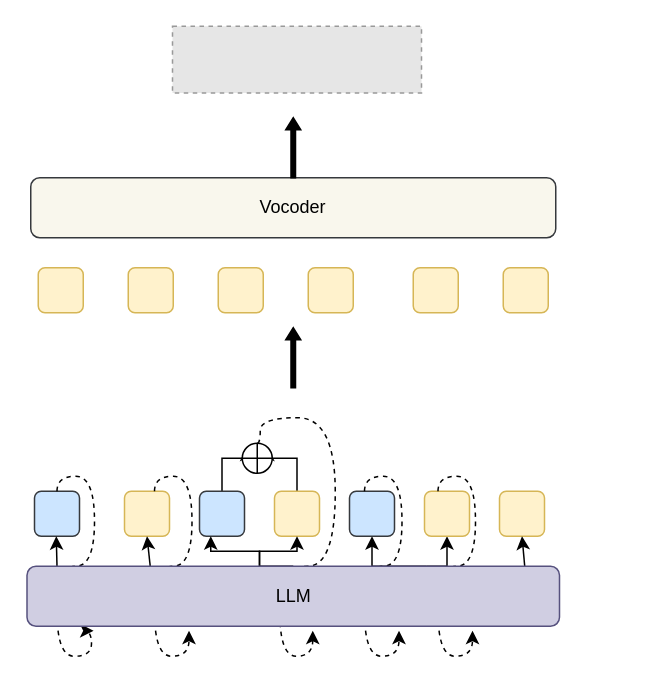
The draw.io diagram Hybrid Parallel-Interleaved Modeling.drawio in talkking/LUCY, before the edit. Source tidied: cells renumbered, new cells numbered last; positions are measured from the earlier drawing's top-left corner, leaving out a move shared by most shapes. Both pictures are drawn from the tidied source at 150%, with x=0, y=0 at pixel (26, 26). Pictures stored in the file or linked from it are replaced by grey dashed boxes.
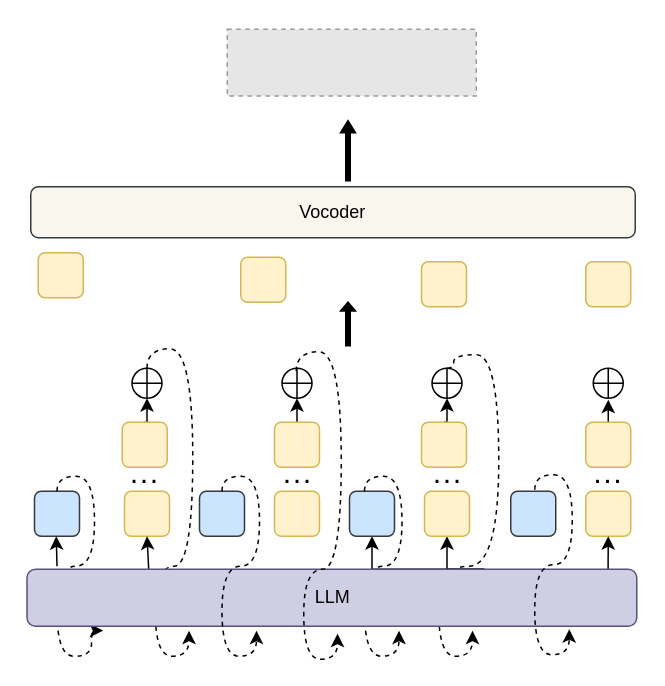
The same page after the edit.

The change refers to these unchanged cells:
```xml
<mxCell id="11" style="rounded=1;whiteSpace=wrap;html=1;fillColor=#fff2cc;strokeColor=#d6b656;" parent="1" vertex="1">
  <mxGeometry x="65.5" y="310" width="30" height="30" as="geometry" />
</mxCell>
<mxCell id="13" style="rounded=1;whiteSpace=wrap;html=1;fillColor=#cce5ff;strokeColor=#36393d;" parent="1" vertex="1">
  <mxGeometry x="115.5" y="310" width="30" height="30" as="geometry" />
</mxCell>
<mxCell id="15" style="rounded=1;whiteSpace=wrap;html=1;fillColor=#fff2cc;strokeColor=#d6b656;" parent="1" vertex="1">
  <mxGeometry x="165.5" y="310" width="30" height="30" as="geometry" />
</mxCell>
<mxCell id="21" style="rounded=1;whiteSpace=wrap;html=1;fillColor=#cce5ff;strokeColor=#36393d;" parent="1" vertex="1">
  <mxGeometry x="215.5" y="310" width="30" height="30" as="geometry" />
</mxCell>
```

Diff of the diagram source:
```diff
@@
     <mxCell id="2" value="Vocoder" style="rounded=1;whiteSpace=wrap;html=1;fillColor=#f9f7ed;strokeColor=#36393d;" parent="1" vertex="1">
-      <mxGeometry x="3" y="101" width="350" height="40" as="geometry" />
+      <mxGeometry x="3" y="107" width="403" height="34" as="geometry" />
     </mxCell>
     <mxCell id="3" style="rounded=1;whiteSpace=wrap;html=1;fillColor=#fff2cc;strokeColor=#d6b656;" parent="1" vertex="1">
-      <mxGeometry x="68" y="161" width="30" height="30" as="geometry" />
+      <mxGeometry x="8" y="151" width="30" height="30" as="geometry" />
     </mxCell>
-    <mxCell id="4" style="rounded=1;whiteSpace=wrap;html=1;fillColor=#fff2cc;strokeColor=#d6b656;" parent="1" vertex="1">
-      <mxGeometry x="128" y="161" width="30" height="30" as="geometry" />
-    </mxCell>
     <mxCell id="5" style="rounded=1;whiteSpace=wrap;html=1;fillColor=#fff2cc;strokeColor=#d6b656;" parent="1" vertex="1">
-      <mxGeometry x="258" y="161" width="30" height="30" as="geometry" />
+      <mxGeometry x="263.5" y="157" width="30" height="30" as="geometry" />
     </mxCell>
     <mxCell id="6" style="rounded=1;whiteSpace=wrap;html=1;fillColor=#fff2cc;strokeColor=#d6b656;" parent="1" vertex="1">
-      <mxGeometry x="318" y="161" width="30" height="30" as="geometry" />
+      <mxGeometry x="373" y="157" width="30" height="30" as="geometry" />
     </mxCell>
-    <mxCell id="7" style="rounded=1;whiteSpace=wrap;html=1;fillColor=#fff2cc;strokeColor=#d6b656;" parent="1" vertex="1">
-      <mxGeometry x="8" y="161" width="30" height="30" as="geometry" />
-    </mxCell>
     <mxCell id="8" style="rounded=1;whiteSpace=wrap;html=1;fillColor=#fff2cc;strokeColor=#d6b656;" parent="1" vertex="1">
-      <mxGeometry x="188" y="161" width="30" height="30" as="geometry" />
+      <mxGeometry x="143" y="154" width="30" height="30" as="geometry" />
     </mxCell>
     <mxCell id="9" style="fillColor=#E6E6E6;strokeColor=#999999;dashed=1;verticalLabelPosition=bottom;labelBackgroundColor=default;verticalAlign=top;" parent="1" vertex="1">
-      <mxGeometry x="97.5" width="166" height="44.5" as="geometry" />
+      <mxGeometry x="134" y="2" width="166" height="44.5" as="geometry" />
     </mxCell>
@@
-    <mxCell id="12" style="edgeStyle=orthogonalEdgeStyle;rounded=0;jettySize=auto;html=1;exitX=0.5;exitY=0;exitDx=0;exitDy=0;entryX=0;entryY=0;entryDx=0;entryDy=0;" parent="1" edge="1" source="13" target="27">
-      <mxGeometry relative="1" as="geometry">
-        <Array as="points">
-          <mxPoint x="131" y="288" />
-          <mxPoint x="147" y="288" />
-        </Array>
-      </mxGeometry>
-    </mxCell>
@@
-    <mxCell id="14" style="edgeStyle=orthogonalEdgeStyle;rounded=0;jettySize=auto;html=1;exitX=0.5;exitY=0;exitDx=0;exitDy=0;entryX=1;entryY=0;entryDx=0;entryDy=0;" parent="1" edge="1" source="15" target="27">
-      <mxGeometry relative="1" as="geometry">
-        <Array as="points">
-          <mxPoint x="181" y="288" />
-          <mxPoint x="161" y="288" />
-        </Array>
-      </mxGeometry>
-    </mxCell>
@@
-    <mxCell id="17" style="edgeStyle=orthogonalEdgeStyle;rounded=0;jettySize=auto;html=1;entryX=0.25;entryY=1;entryDx=0;entryDy=0;" parent="1" edge="1" source="34" target="13">
-      <mxGeometry relative="1" as="geometry">
-        <Array as="points">
-          <mxPoint x="155.5" y="350" />
-          <mxPoint x="123.5" y="350" />
-        </Array>
-      </mxGeometry>
-    </mxCell>
-    <mxCell id="18" style="edgeStyle=orthogonalEdgeStyle;rounded=0;jettySize=auto;html=1;exitX=0.5;exitY=0;exitDx=0;exitDy=0;entryX=0.5;entryY=1;entryDx=0;entryDy=0;" parent="1" edge="1" source="34" target="15">
-      <mxGeometry relative="1" as="geometry">
-        <Array as="points">
-          <mxPoint x="155.5" y="360" />
-          <mxPoint x="155.5" y="350" />
-          <mxPoint x="180.5" y="350" />
-        </Array>
-      </mxGeometry>
-    </mxCell>
     <mxCell id="19" style="edgeStyle=orthogonalEdgeStyle;rounded=0;jettySize=auto;html=1;exitX=0.75;exitY=0;exitDx=0;exitDy=0;entryX=0.5;entryY=1;entryDx=0;entryDy=0;" parent="1" edge="1" source="34" target="21">
       <mxGeometry relative="1" as="geometry">
         <Array as="points">
-          <mxPoint x="230.5" y="360" />
+          <mxPoint x="231" y="362" />
         </Array>
       </mxGeometry>
     </mxCell>
@@
     <mxCell id="23" style="rounded=1;whiteSpace=wrap;html=1;fillColor=#fff2cc;strokeColor=#d6b656;" parent="1" vertex="1">
-      <mxGeometry x="315.5" y="310" width="30" height="30" as="geometry" />
+      <mxGeometry x="373" y="310" width="30" height="30" as="geometry" />
     </mxCell>
@@
-    <mxCell id="25" style="endArrow=classic;html=1;rounded=0;exitX=0.232;exitY=0.05;exitDx=0;exitDy=0;exitPerimeter=0;entryX=0.5;entryY=1;entryDx=0;entryDy=0;" parent="1" edge="1" source="34" target="11">
+    <mxCell id="25" style="endArrow=classic;html=1;rounded=0;exitX=0.2;exitY=0.079;exitDx=0;exitDy=0;exitPerimeter=0;entryX=0.5;entryY=1;entryDx=0;entryDy=0;" parent="1" edge="1" source="34" target="11">
       <mxGeometry relative="1" as="geometry" />
     </mxCell>
-    <mxCell id="26" style="edgeStyle=orthogonalEdgeStyle;rounded=0;orthogonalLoop=1;jettySize=auto;html=1;exitX=0.5;exitY=0;exitDx=0;exitDy=0;curved=1;entryX=0.125;entryY=1.075;entryDx=0;entryDy=0;entryPerimeter=0;dashed=1;" parent="1" edge="1">
+    <mxCell id="26" style="edgeStyle=orthogonalEdgeStyle;rounded=0;jettySize=auto;html=1;exitX=0.5;exitY=0;exitDx=0;exitDy=0;curved=1;entryX=0.125;entryY=1.075;entryDx=0;entryDy=0;entryPerimeter=0;dashed=1;" parent="1" edge="1" source="27">
       <mxGeometry relative="1" as="geometry">
-        <mxPoint x="85.5" y="310" as="sourcePoint" />
         <mxPoint x="108.5" y="403" as="targetPoint" />
         <Array as="points">
-          <mxPoint x="85.5" y="300" />
-          <mxPoint x="110.5" y="300" />
-          <mxPoint x="110.5" y="360" />
-          <mxPoint x="85.5" y="360" />
-          <mxPoint x="85.5" y="420" />
-          <mxPoint x="108.5" y="420" />
+          <mxPoint x="81" y="215" />
+          <mxPoint x="111" y="215" />
+          <mxPoint x="111" y="360" />
+          <mxPoint x="86" y="360" />
+          <mxPoint x="86" y="420" />
+          <mxPoint x="109" y="420" />
         </Array>
       </mxGeometry>
     </mxCell>
     <mxCell id="27" style="shape=orEllipse;perimeter=ellipsePerimeter;whiteSpace=wrap;html=1;backgroundOutline=1;" parent="1" vertex="1">
-      <mxGeometry x="144" y="278" width="20" height="20" as="geometry" />
+      <mxGeometry x="70.5" y="228" width="20" height="20" as="geometry" />
     </mxCell>
-    <mxCell id="28" style="edgeStyle=orthogonalEdgeStyle;rounded=0;jettySize=auto;html=1;exitX=0.5;exitY=0;exitDx=0;exitDy=0;curved=1;entryX=0.125;entryY=1.075;entryDx=0;entryDy=0;entryPerimeter=0;dashed=1;" parent="1" edge="1" source="27">
-      <mxGeometry relative="1" as="geometry">
-        <mxPoint x="191" y="403" as="targetPoint" />
-        <Array as="points">
-          <mxPoint x="156" y="278" />
-          <mxPoint x="156" y="261" />
-          <mxPoint x="206" y="261" />
-          <mxPoint x="206" y="360" />
-          <mxPoint x="169" y="360" />
-          <mxPoint x="169" y="420" />
-          <mxPoint x="191" y="420" />
-        </Array>
-      </mxGeometry>
-    </mxCell>
-    <mxCell id="29" style="endArrow=classic;html=1;rounded=0;entryX=0.5;entryY=1;entryDx=0;entryDy=0;" parent="1" edge="1" target="23">
-      <mxGeometry relative="1" as="geometry">
-        <mxPoint x="332.5" y="362" as="sourcePoint" />
-      </mxGeometry>
+    <mxCell id="29" style="endArrow=classic;html=1;rounded=0;entryX=0.5;entryY=1;entryDx=0;entryDy=0;exitX=0.953;exitY=0.105;exitDx=0;exitDy=0;exitPerimeter=0;" parent="1" edge="1" source="34" target="23">
+      <mxGeometry relative="1" as="geometry" />
     </mxCell>
@@
-    <mxCell id="31" style="edgeStyle=orthogonalEdgeStyle;rounded=0;orthogonalLoop=1;jettySize=auto;html=1;exitX=0.5;exitY=0;exitDx=0;exitDy=0;curved=1;entryX=0.125;entryY=1.075;entryDx=0;entryDy=0;entryPerimeter=0;dashed=1;" parent="1" edge="1">
+    <mxCell id="31" style="edgeStyle=orthogonalEdgeStyle;rounded=0;jettySize=auto;html=1;exitX=0.5;exitY=0;exitDx=0;exitDy=0;curved=1;entryX=0.125;entryY=1.075;entryDx=0;entryDy=0;entryPerimeter=0;dashed=1;" parent="1" edge="1" source="45">
       <mxGeometry relative="1" as="geometry">
-        <mxPoint x="274.5" y="310" as="sourcePoint" />
         <mxPoint x="297.5" y="403" as="targetPoint" />
         <Array as="points">
-          <mxPoint x="274.5" y="300" />
-          <mxPoint x="299.5" y="300" />
-          <mxPoint x="299.5" y="360" />
-          <mxPoint x="274.5" y="360" />
-          <mxPoint x="274.5" y="420" />
-          <mxPoint x="297.5" y="420" />
+          <mxPoint x="285" y="228" />
+          <mxPoint x="285" y="219" />
+          <mxPoint x="315" y="219" />
+          <mxPoint x="315" y="360" />
+          <mxPoint x="275" y="360" />
+          <mxPoint x="275" y="420" />
+          <mxPoint x="298" y="420" />
         </Array>
       </mxGeometry>
     </mxCell>
     <mxCell id="32" style="shape=singleArrow;direction=north;whiteSpace=wrap;html=1;fillColor=#000000;" parent="1" vertex="1">
-      <mxGeometry x="173" y="201" width="10" height="40" as="geometry" />
+      <mxGeometry x="209.5" y="184" width="10" height="29" as="geometry" />
     </mxCell>
     <mxCell id="33" style="shape=singleArrow;direction=north;whiteSpace=wrap;html=1;fillColor=#000000;" parent="1" vertex="1">
-      <mxGeometry x="173" y="61" width="10" height="40" as="geometry" />
+      <mxGeometry x="209.5" y="63" width="10" height="40" as="geometry" />
     </mxCell>
     <mxCell id="34" value="LLM" style="rounded=1;whiteSpace=wrap;html=1;fillColor=#d0cee2;strokeColor=#56517e;" parent="1" vertex="1">
-      <mxGeometry x="0.5" y="360" width="355" height="40" as="geometry" />
+      <mxGeometry x="0.5" y="362" width="406.5" height="38" as="geometry" />
     </mxCell>
+    <mxCell id="35" style="edgeStyle=orthogonalEdgeStyle;rounded=0;jettySize=auto;html=1;exitX=0.5;exitY=0;exitDx=0;exitDy=0;entryX=0.5;entryY=1;entryDx=0;entryDy=0;" parent="1" edge="1" source="36" target="27">
+      <mxGeometry relative="1" as="geometry" />
+    </mxCell>
+    <mxCell id="36" style="rounded=1;whiteSpace=wrap;html=1;fillColor=#fff2cc;strokeColor=#d6b656;" parent="1" vertex="1">
+      <mxGeometry x="64" y="264" width="30" height="30" as="geometry" />
+    </mxCell>
+    <mxCell id="37" style="edgeStyle=orthogonalEdgeStyle;rounded=0;jettySize=auto;html=1;exitX=0.5;exitY=0;exitDx=0;exitDy=0;entryX=0.5;entryY=1;entryDx=0;entryDy=0;" parent="1" edge="1" source="38" target="44">
+      <mxGeometry relative="1" as="geometry" />
+    </mxCell>
+    <mxCell id="38" style="rounded=1;whiteSpace=wrap;html=1;fillColor=#fff2cc;strokeColor=#d6b656;" parent="1" vertex="1">
+      <mxGeometry x="165.5" y="264" width="30" height="30" as="geometry" />
+    </mxCell>
+    <mxCell id="39" style="edgeStyle=orthogonalEdgeStyle;rounded=0;jettySize=auto;html=1;exitX=0.5;exitY=0;exitDx=0;exitDy=0;entryX=0.5;entryY=1;entryDx=0;entryDy=0;" parent="1" edge="1" source="40" target="45">
+      <mxGeometry relative="1" as="geometry" />
+    </mxCell>
+    <mxCell id="40" style="rounded=1;whiteSpace=wrap;html=1;fillColor=#fff2cc;strokeColor=#d6b656;" parent="1" vertex="1">
+      <mxGeometry x="263.5" y="264" width="30" height="30" as="geometry" />
+    </mxCell>
+    <mxCell id="41" style="rounded=1;whiteSpace=wrap;html=1;fillColor=#cce5ff;strokeColor=#36393d;" parent="1" vertex="1">
+      <mxGeometry x="323" y="310" width="30" height="30" as="geometry" />
+    </mxCell>
+    <mxCell id="42" style="edgeStyle=orthogonalEdgeStyle;rounded=0;jettySize=auto;html=1;exitX=0.5;exitY=0;exitDx=0;exitDy=0;" parent="1" edge="1" source="43">
+      <mxGeometry relative="1" as="geometry">
+        <mxPoint x="388" y="249" as="targetPoint" />
+      </mxGeometry>
+    </mxCell>
+    <mxCell id="43" style="rounded=1;whiteSpace=wrap;html=1;fillColor=#fff2cc;strokeColor=#d6b656;" parent="1" vertex="1">
+      <mxGeometry x="373" y="264" width="30" height="30" as="geometry" />
+    </mxCell>
+    <mxCell id="44" style="shape=orEllipse;perimeter=ellipsePerimeter;whiteSpace=wrap;html=1;backgroundOutline=1;" parent="1" vertex="1">
+      <mxGeometry x="170.5" y="228" width="20" height="20" as="geometry" />
+    </mxCell>
+    <mxCell id="45" style="shape=orEllipse;perimeter=ellipsePerimeter;whiteSpace=wrap;html=1;backgroundOutline=1;" parent="1" vertex="1">
+      <mxGeometry x="270.5" y="228" width="20" height="20" as="geometry" />
+    </mxCell>
+    <mxCell id="46" style="shape=orEllipse;perimeter=ellipsePerimeter;whiteSpace=wrap;html=1;backgroundOutline=1;" parent="1" vertex="1">
+      <mxGeometry x="378" y="228" width="20" height="20" as="geometry" />
+    </mxCell>
+    <mxCell id="47" value="···" style="text;html=1;align=center;verticalAlign=middle;whiteSpace=wrap;rounded=0;fontSize=20;" parent="1" vertex="1">
+      <mxGeometry x="58" y="290" width="42" height="22" as="geometry" />
+    </mxCell>
+    <mxCell id="48" value="···" style="text;html=1;align=center;verticalAlign=middle;whiteSpace=wrap;rounded=0;fontSize=20;" parent="1" vertex="1">
+      <mxGeometry x="159.5" y="290" width="42" height="22" as="geometry" />
+    </mxCell>
+    <mxCell id="49" style="edgeStyle=orthogonalEdgeStyle;rounded=0;orthogonalLoop=1;jettySize=auto;html=1;exitX=0.5;exitY=0;exitDx=0;exitDy=0;curved=1;entryX=0.125;entryY=1.075;entryDx=0;entryDy=0;entryPerimeter=0;dashed=1;" parent="1" edge="1">
+      <mxGeometry relative="1" as="geometry">
+        <mxPoint x="180" y="230" as="sourcePoint" />
+        <mxPoint x="207.5" y="405" as="targetPoint" />
+        <Array as="points">
+          <mxPoint x="180" y="217" />
+          <mxPoint x="210" y="217" />
+          <mxPoint x="210" y="362" />
+          <mxPoint x="185" y="362" />
+          <mxPoint x="185" y="422" />
+          <mxPoint x="208" y="422" />
+        </Array>
+      </mxGeometry>
+    </mxCell>
+    <mxCell id="50" style="edgeStyle=orthogonalEdgeStyle;rounded=0;orthogonalLoop=1;jettySize=auto;html=1;exitX=0.5;exitY=0;exitDx=0;exitDy=0;curved=1;entryX=0.125;entryY=1.075;entryDx=0;entryDy=0;entryPerimeter=0;dashed=1;" parent="1" edge="1">
+      <mxGeometry relative="1" as="geometry">
+        <mxPoint x="130.5" y="310" as="sourcePoint" />
+        <mxPoint x="153.5" y="403" as="targetPoint" />
+        <Array as="points">
+          <mxPoint x="130.5" y="300" />
+          <mxPoint x="155.5" y="300" />
+          <mxPoint x="155.5" y="360" />
+          <mxPoint x="130.5" y="360" />
+          <mxPoint x="130.5" y="420" />
+          <mxPoint x="153.5" y="420" />
+        </Array>
+      </mxGeometry>
+    </mxCell>
+    <mxCell id="51" value="···" style="text;html=1;align=center;verticalAlign=middle;whiteSpace=wrap;rounded=0;fontSize=20;" parent="1" vertex="1">
+      <mxGeometry x="367" y="290" width="42" height="22" as="geometry" />
+    </mxCell>
+    <mxCell id="52" style="edgeStyle=orthogonalEdgeStyle;rounded=0;orthogonalLoop=1;jettySize=auto;html=1;exitX=0.5;exitY=0;exitDx=0;exitDy=0;curved=1;entryX=0.125;entryY=1.075;entryDx=0;entryDy=0;entryPerimeter=0;dashed=1;" parent="1" edge="1">
+      <mxGeometry relative="1" as="geometry">
+        <mxPoint x="339" y="309" as="sourcePoint" />
+        <mxPoint x="362" y="402" as="targetPoint" />
+        <Array as="points">
+          <mxPoint x="339" y="299" />
+          <mxPoint x="364" y="299" />
+          <mxPoint x="364" y="359" />
+          <mxPoint x="339" y="359" />
+          <mxPoint x="339" y="419" />
+          <mxPoint x="362" y="419" />
+        </Array>
+      </mxGeometry>
+    </mxCell>
+    <mxCell id="53" value="···" style="text;html=1;align=center;verticalAlign=middle;whiteSpace=wrap;rounded=0;fontSize=20;" parent="1" vertex="1">
+      <mxGeometry x="260" y="290" width="42" height="22" as="geometry" />
+    </mxCell>
```
